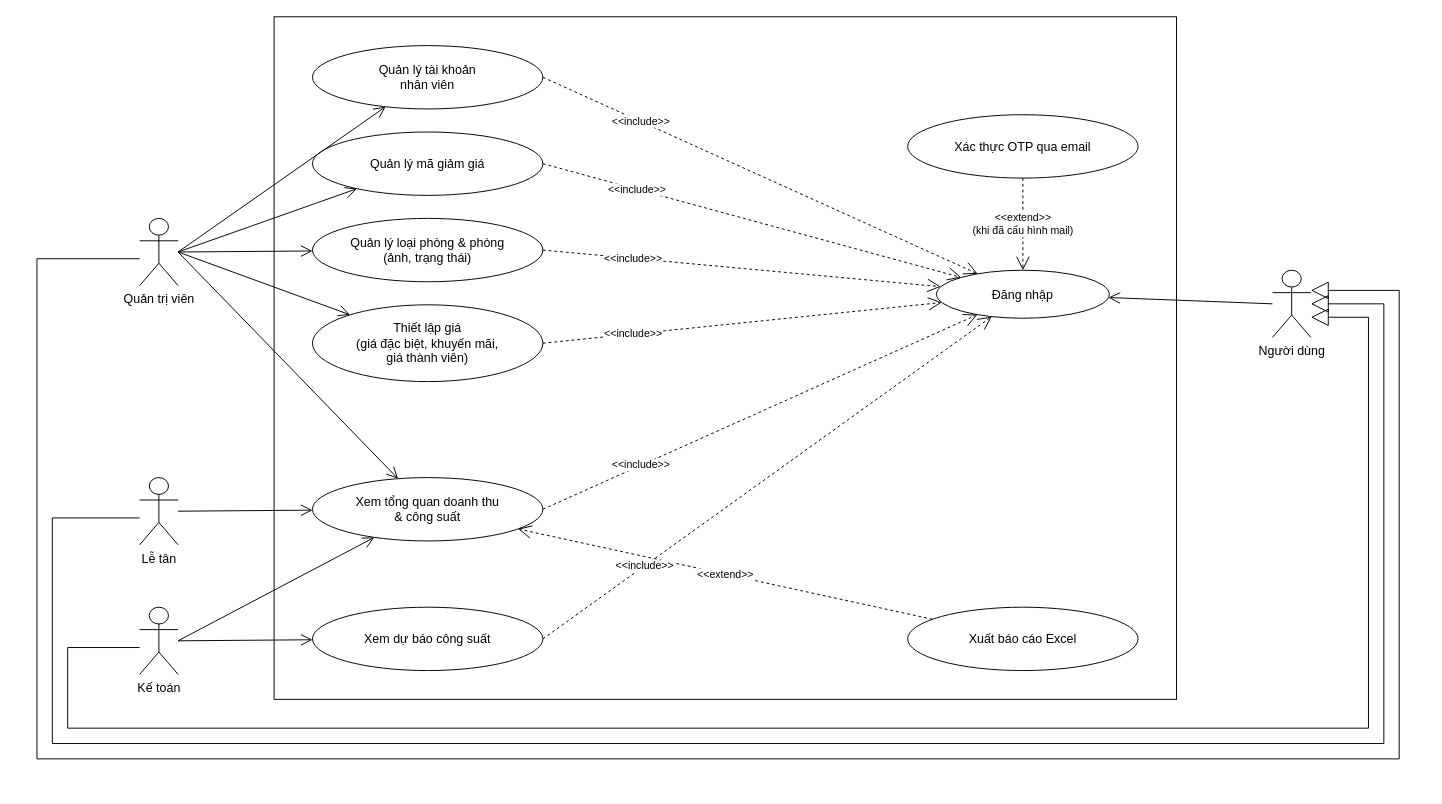
Before: docs/use-case/phan-ra/uc5-quan-tri-phong-gia.drawio in ngynquchn2511/beach-hotel, a draw.io diagram. Source tidied: cells renumbered, new cells numbered last; positions are measured from the earlier drawing's top-left corner, leaving out a move shared by most shapes. Both pictures are drawn from the tidied source at 96%, with x=0, y=0 at pixel (36, 16).
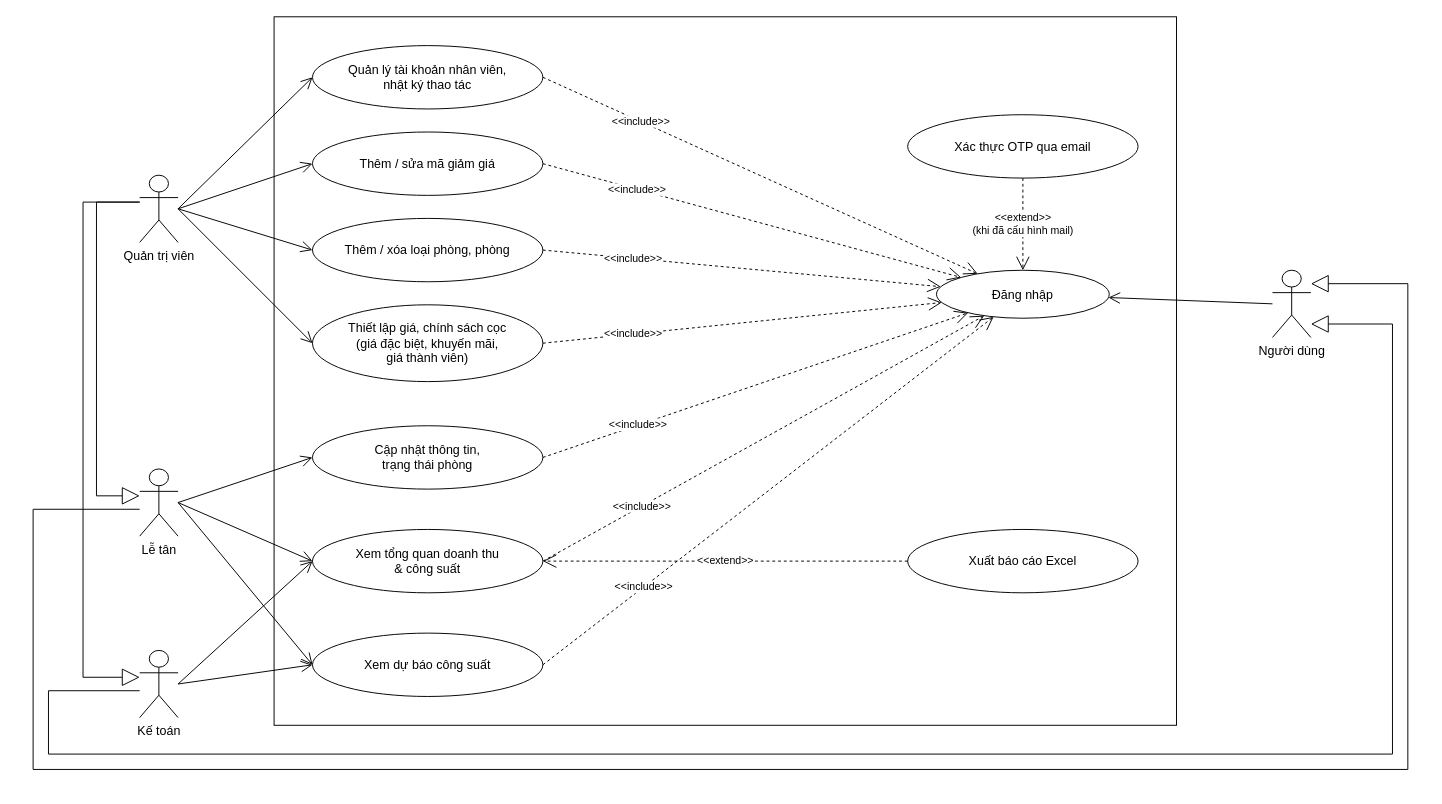
After the change.

Unchanged cells that the change refers to:
```xml
<mxCell id="10" value="Xác thực OTP qua email" style="ellipse;whiteSpace=wrap;html=1;fillColor=#FFFFFF;strokeColor=#000000;fontSize=13;" parent="1" vertex="1">
  <mxGeometry x="907" y="102" width="240" height="66" as="geometry" />
</mxCell>
<mxCell id="11" value="Đăng nhập" style="ellipse;whiteSpace=wrap;html=1;fillColor=#FFFFFF;strokeColor=#000000;fontSize=13;" parent="1" vertex="1">
  <mxGeometry x="937" y="264" width="180" height="50" as="geometry" />
</mxCell>
```

Diff of the diagram source:
```diff
@@
     <mxCell id="2" style="rounded=0;whiteSpace=wrap;html=1;fillColor=none;strokeColor=#000000;" parent="1" vertex="1">
-      <mxGeometry x="247" width="940" height="711" as="geometry" />
+      <mxGeometry x="247" width="940" height="738" as="geometry" />
     </mxCell>
-    <mxCell id="3" value="Quản lý tài khoản&lt;br&gt;nhân viên" style="ellipse;whiteSpace=wrap;html=1;fillColor=#FFFFFF;strokeColor=#000000;fontSize=13;" parent="1" vertex="1">
+    <mxCell id="3" value="Quản lý tài khoản nhân viên,&lt;br&gt;nhật ký thao tác" style="ellipse;whiteSpace=wrap;html=1;fillColor=#FFFFFF;strokeColor=#000000;fontSize=13;" parent="1" vertex="1">
       <mxGeometry x="287" y="30" width="240" height="66" as="geometry" />
     </mxCell>
-    <mxCell id="4" value="Quản lý mã giảm giá" style="ellipse;whiteSpace=wrap;html=1;fillColor=#FFFFFF;strokeColor=#000000;fontSize=13;" parent="1" vertex="1">
+    <mxCell id="4" value="Thêm / sửa mã giảm giá" style="ellipse;whiteSpace=wrap;html=1;fillColor=#FFFFFF;strokeColor=#000000;fontSize=13;" parent="1" vertex="1">
       <mxGeometry x="287" y="120" width="240" height="66" as="geometry" />
     </mxCell>
-    <mxCell id="5" value="Quản lý loại phòng &amp; phòng&lt;br&gt;(ảnh, trạng thái)" style="ellipse;whiteSpace=wrap;html=1;fillColor=#FFFFFF;strokeColor=#000000;fontSize=13;" parent="1" vertex="1">
-      <mxGeometry x="287" y="210" width="240" height="66" as="geometry" />
-    </mxCell>
+    <mxCell id="36" value="Thêm / xóa loại phòng, phòng" style="ellipse;whiteSpace=wrap;html=1;fillColor=#FFFFFF;strokeColor=#000000;fontSize=13;" parent="1" vertex="1">
+      <mxGeometry x="287" y="210" width="240" height="66" as="geometry" />
+    </mxCell>
-    <mxCell id="6" value="Thiết lập giá&lt;br&gt;(giá đặc biệt, khuyến mãi,&lt;br&gt;giá thành viên)" style="ellipse;whiteSpace=wrap;html=1;fillColor=#FFFFFF;strokeColor=#000000;fontSize=13;" parent="1" vertex="1">
+    <mxCell id="6" value="Thiết lập giá, chính sách cọc&lt;br&gt;(giá đặc biệt, khuyến mãi,&lt;br&gt;giá thành viên)" style="ellipse;whiteSpace=wrap;html=1;fillColor=#FFFFFF;strokeColor=#000000;fontSize=13;" parent="1" vertex="1">
       <mxGeometry x="287" y="300" width="240" height="80" as="geometry" />
     </mxCell>
+    <mxCell id="37" value="Cập nhật thông tin,&lt;br&gt;trạng thái phòng" style="ellipse;whiteSpace=wrap;html=1;fillColor=#FFFFFF;strokeColor=#000000;fontSize=13;" parent="1" vertex="1">
+      <mxGeometry x="287" y="426" width="240" height="66" as="geometry" />
+    </mxCell>
     <mxCell id="7" value="Xem tổng quan doanh thu&lt;br&gt;&amp; công suất" style="ellipse;whiteSpace=wrap;html=1;fillColor=#FFFFFF;strokeColor=#000000;fontSize=13;" parent="1" vertex="1">
-      <mxGeometry x="287" y="480" width="240" height="66" as="geometry" />
+      <mxGeometry x="287" y="534" width="240" height="66" as="geometry" />
     </mxCell>
     <mxCell id="8" value="Xem dự báo công suất" style="ellipse;whiteSpace=wrap;html=1;fillColor=#FFFFFF;strokeColor=#000000;fontSize=13;" parent="1" vertex="1">
-      <mxGeometry x="287" y="615" width="240" height="66" as="geometry" />
+      <mxGeometry x="287" y="642" width="240" height="66" as="geometry" />
     </mxCell>
     <mxCell id="9" value="Xuất báo cáo Excel" style="ellipse;whiteSpace=wrap;html=1;fillColor=#FFFFFF;strokeColor=#000000;fontSize=13;" parent="1" vertex="1">
-      <mxGeometry x="907" y="615" width="240" height="66" as="geometry" />
+      <mxGeometry x="907" y="534" width="240" height="66" as="geometry" />
     </mxCell>
@@
     <mxCell id="12" value="Quản trị viên" style="shape=umlActor;verticalLabelPosition=bottom;verticalAlign=top;html=1;outlineConnect=0;fillColor=#FFFFFF;strokeColor=#000000;fontSize=13;" parent="1" vertex="1">
-      <mxGeometry x="107" y="210" width="40" height="70" as="geometry" />
+      <mxGeometry x="107" y="165" width="40" height="70" as="geometry" />
     </mxCell>
     <mxCell id="13" value="Lễ tân" style="shape=umlActor;verticalLabelPosition=bottom;verticalAlign=top;html=1;outlineConnect=0;fillColor=#FFFFFF;strokeColor=#000000;fontSize=13;" parent="1" vertex="1">
-      <mxGeometry x="107" y="480" width="40" height="70" as="geometry" />
+      <mxGeometry x="107" y="471" width="40" height="70" as="geometry" />
     </mxCell>
     <mxCell id="14" value="Kế toán" style="shape=umlActor;verticalLabelPosition=bottom;verticalAlign=top;html=1;outlineConnect=0;fillColor=#FFFFFF;strokeColor=#000000;fontSize=13;" parent="1" vertex="1">
-      <mxGeometry x="107" y="615" width="40" height="70" as="geometry" />
+      <mxGeometry x="107" y="660" width="40" height="70" as="geometry" />
     </mxCell>
-    <mxCell id="15" style="endArrow=open;endSize=10;html=1;rounded=0;strokeColor=#000000;exitX=1;exitY=0.5;exitDx=0;exitDy=0;exitPerimeter=0;" parent="1" edge="1" source="12" target="3">
+    <mxCell id="15" style="endArrow=open;endSize=10;html=1;rounded=0;strokeColor=#000000;exitX=1;exitY=0.5;exitDx=0;exitDy=0;exitPerimeter=0;entryX=0;entryY=0.5;entryDx=0;entryDy=0;" parent="1" edge="1" source="12" target="3">
       <mxGeometry relative="1" as="geometry" />
     </mxCell>
-    <mxCell id="16" style="endArrow=open;endSize=10;html=1;rounded=0;strokeColor=#000000;exitX=1;exitY=0.5;exitDx=0;exitDy=0;exitPerimeter=0;" parent="1" edge="1" source="12" target="4">
+    <mxCell id="16" style="endArrow=open;endSize=10;html=1;rounded=0;strokeColor=#000000;exitX=1;exitY=0.5;exitDx=0;exitDy=0;exitPerimeter=0;entryX=0;entryY=0.5;entryDx=0;entryDy=0;" parent="1" edge="1" source="12" target="4">
       <mxGeometry relative="1" as="geometry" />
     </mxCell>
-    <mxCell id="17" style="endArrow=open;endSize=10;html=1;rounded=0;strokeColor=#000000;exitX=1;exitY=0.5;exitDx=0;exitDy=0;exitPerimeter=0;" parent="1" edge="1" source="12" target="5">
+    <mxCell id="17" style="endArrow=open;endSize=10;html=1;rounded=0;strokeColor=#000000;exitX=1;exitY=0.5;exitDx=0;exitDy=0;exitPerimeter=0;entryX=0;entryY=0.5;entryDx=0;entryDy=0;" parent="1" edge="1" source="12" target="36">
       <mxGeometry relative="1" as="geometry" />
     </mxCell>
-    <mxCell id="18" style="endArrow=open;endSize=10;html=1;rounded=0;strokeColor=#000000;exitX=1;exitY=0.5;exitDx=0;exitDy=0;exitPerimeter=0;" parent="1" edge="1" source="12" target="6">
+    <mxCell id="18" style="endArrow=open;endSize=10;html=1;rounded=0;strokeColor=#000000;exitX=1;exitY=0.5;exitDx=0;exitDy=0;exitPerimeter=0;entryX=0;entryY=0.5;entryDx=0;entryDy=0;" parent="1" edge="1" source="12" target="6">
       <mxGeometry relative="1" as="geometry" />
     </mxCell>
-    <mxCell id="19" style="endArrow=open;endSize=10;html=1;rounded=0;strokeColor=#000000;exitX=1;exitY=0.5;exitDx=0;exitDy=0;exitPerimeter=0;" parent="1" edge="1" source="12" target="7">
+    <mxCell id="19" style="endArrow=open;endSize=10;html=1;rounded=0;strokeColor=#000000;exitX=1;exitY=0.5;exitDx=0;exitDy=0;exitPerimeter=0;entryX=0;entryY=0.5;entryDx=0;entryDy=0;" parent="1" edge="1" source="13" target="37">
       <mxGeometry relative="1" as="geometry" />
     </mxCell>
-    <mxCell id="20" style="endArrow=open;endSize=10;html=1;rounded=0;strokeColor=#000000;exitX=1;exitY=0.5;exitDx=0;exitDy=0;exitPerimeter=0;" parent="1" edge="1" source="13" target="7">
+    <mxCell id="20" style="endArrow=open;endSize=10;html=1;rounded=0;strokeColor=#000000;exitX=1;exitY=0.5;exitDx=0;exitDy=0;exitPerimeter=0;entryX=0;entryY=0.5;entryDx=0;entryDy=0;" parent="1" edge="1" source="13" target="7">
       <mxGeometry relative="1" as="geometry" />
     </mxCell>
-    <mxCell id="21" style="endArrow=open;endSize=10;html=1;rounded=0;strokeColor=#000000;exitX=1;exitY=0.5;exitDx=0;exitDy=0;exitPerimeter=0;" parent="1" edge="1" source="14" target="7">
+    <mxCell id="21" style="endArrow=open;endSize=10;html=1;rounded=0;strokeColor=#000000;exitX=1;exitY=0.5;exitDx=0;exitDy=0;exitPerimeter=0;entryX=0;entryY=0.5;entryDx=0;entryDy=0;" parent="1" edge="1" source="13" target="8">
       <mxGeometry relative="1" as="geometry" />
     </mxCell>
-    <mxCell id="22" style="endArrow=open;endSize=10;html=1;rounded=0;strokeColor=#000000;exitX=1;exitY=0.5;exitDx=0;exitDy=0;exitPerimeter=0;" parent="1" edge="1" source="14" target="8">
+    <mxCell id="22" style="endArrow=open;endSize=10;html=1;rounded=0;strokeColor=#000000;exitX=1;exitY=0.5;exitDx=0;exitDy=0;exitPerimeter=0;entryX=0;entryY=0.5;entryDx=0;entryDy=0;" parent="1" edge="1" source="14" target="7">
       <mxGeometry relative="1" as="geometry" />
     </mxCell>
-    <mxCell id="23" value="&amp;lt;&amp;lt;extend&amp;gt;&amp;gt;" style="endArrow=open;endSize=12;dashed=1;html=1;rounded=0;strokeColor=#000000;fontSize=11;labelBackgroundColor=#FFFFFF;" parent="1" edge="1" source="9" target="7">
+    <mxCell id="23" style="endArrow=open;endSize=10;html=1;rounded=0;strokeColor=#000000;exitX=1;exitY=0.5;exitDx=0;exitDy=0;exitPerimeter=0;entryX=0;entryY=0.5;entryDx=0;entryDy=0;" parent="1" edge="1" source="14" target="8">
       <mxGeometry relative="1" as="geometry" />
     </mxCell>
-    <mxCell id="24" value="&amp;lt;&amp;lt;extend&amp;gt;&amp;gt;&lt;br&gt;(khi đã cấu hình mail)" style="endArrow=open;endSize=12;dashed=1;html=1;rounded=0;strokeColor=#000000;fontSize=11;labelBackgroundColor=#FFFFFF;" parent="1" edge="1" source="10" target="11">
+    <mxCell id="24" value="&amp;lt;&amp;lt;extend&amp;gt;&amp;gt;" style="endArrow=open;endSize=12;dashed=1;html=1;rounded=0;strokeColor=#000000;fontSize=11;labelBackgroundColor=#FFFFFF;" parent="1" edge="1" source="9" target="7">
       <mxGeometry relative="1" as="geometry" />
     </mxCell>
-    <mxCell id="25" value="&amp;lt;&amp;lt;include&amp;gt;&amp;gt;" style="endArrow=open;endSize=12;dashed=1;html=1;rounded=0;strokeColor=#000000;fontSize=11;labelBackgroundColor=#FFFFFF;exitX=1;exitY=0.5;exitDx=0;exitDy=0;" parent="1" edge="1" source="3" target="11">
-      <mxGeometry x="-0.55" relative="1" as="geometry" />
+    <mxCell id="25" value="&amp;lt;&amp;lt;extend&amp;gt;&amp;gt;&lt;br&gt;(khi đã cấu hình mail)" style="endArrow=open;endSize=12;dashed=1;html=1;rounded=0;strokeColor=#000000;fontSize=11;labelBackgroundColor=#FFFFFF;" parent="1" edge="1" source="10" target="11">
+      <mxGeometry relative="1" as="geometry" />
     </mxCell>
-    <mxCell id="26" value="&amp;lt;&amp;lt;include&amp;gt;&amp;gt;" style="endArrow=open;endSize=12;dashed=1;html=1;rounded=0;strokeColor=#000000;fontSize=11;labelBackgroundColor=#FFFFFF;exitX=1;exitY=0.5;exitDx=0;exitDy=0;" parent="1" edge="1" source="4" target="11">
+    <mxCell id="26" value="&amp;lt;&amp;lt;include&amp;gt;&amp;gt;" style="endArrow=open;endSize=12;dashed=1;html=1;rounded=0;strokeColor=#000000;fontSize=11;labelBackgroundColor=#FFFFFF;exitX=1;exitY=0.5;exitDx=0;exitDy=0;" parent="1" edge="1" source="3" target="11">
       <mxGeometry x="-0.55" relative="1" as="geometry" />
     </mxCell>
-    <mxCell id="27" value="&amp;lt;&amp;lt;include&amp;gt;&amp;gt;" style="endArrow=open;endSize=12;dashed=1;html=1;rounded=0;strokeColor=#000000;fontSize=11;labelBackgroundColor=#FFFFFF;exitX=1;exitY=0.5;exitDx=0;exitDy=0;" parent="1" edge="1" source="5" target="11">
+    <mxCell id="27" value="&amp;lt;&amp;lt;include&amp;gt;&amp;gt;" style="endArrow=open;endSize=12;dashed=1;html=1;rounded=0;strokeColor=#000000;fontSize=11;labelBackgroundColor=#FFFFFF;exitX=1;exitY=0.5;exitDx=0;exitDy=0;" parent="1" edge="1" source="4" target="11">
       <mxGeometry x="-0.55" relative="1" as="geometry" />
     </mxCell>
-    <mxCell id="28" value="&amp;lt;&amp;lt;include&amp;gt;&amp;gt;" style="endArrow=open;endSize=12;dashed=1;html=1;rounded=0;strokeColor=#000000;fontSize=11;labelBackgroundColor=#FFFFFF;exitX=1;exitY=0.5;exitDx=0;exitDy=0;" parent="1" edge="1" source="6" target="11">
+    <mxCell id="28" value="&amp;lt;&amp;lt;include&amp;gt;&amp;gt;" style="endArrow=open;endSize=12;dashed=1;html=1;rounded=0;strokeColor=#000000;fontSize=11;labelBackgroundColor=#FFFFFF;exitX=1;exitY=0.5;exitDx=0;exitDy=0;" parent="1" edge="1" source="36" target="11">
       <mxGeometry x="-0.55" relative="1" as="geometry" />
     </mxCell>
-    <mxCell id="29" value="&amp;lt;&amp;lt;include&amp;gt;&amp;gt;" style="endArrow=open;endSize=12;dashed=1;html=1;rounded=0;strokeColor=#000000;fontSize=11;labelBackgroundColor=#FFFFFF;exitX=1;exitY=0.5;exitDx=0;exitDy=0;" parent="1" edge="1" source="7" target="11">
+    <mxCell id="29" value="&amp;lt;&amp;lt;include&amp;gt;&amp;gt;" style="endArrow=open;endSize=12;dashed=1;html=1;rounded=0;strokeColor=#000000;fontSize=11;labelBackgroundColor=#FFFFFF;exitX=1;exitY=0.5;exitDx=0;exitDy=0;" parent="1" edge="1" source="6" target="11">
       <mxGeometry x="-0.55" relative="1" as="geometry" />
     </mxCell>
-    <mxCell id="30" value="&amp;lt;&amp;lt;include&amp;gt;&amp;gt;" style="endArrow=open;endSize=12;dashed=1;html=1;rounded=0;strokeColor=#000000;fontSize=11;labelBackgroundColor=#FFFFFF;exitX=1;exitY=0.5;exitDx=0;exitDy=0;" parent="1" edge="1" source="8" target="11">
+    <mxCell id="30" value="&amp;lt;&amp;lt;include&amp;gt;&amp;gt;" style="endArrow=open;endSize=12;dashed=1;html=1;rounded=0;strokeColor=#000000;fontSize=11;labelBackgroundColor=#FFFFFF;exitX=1;exitY=0.5;exitDx=0;exitDy=0;" parent="1" edge="1" source="37" target="11">
       <mxGeometry x="-0.55" relative="1" as="geometry" />
     </mxCell>
-    <mxCell id="31" value="Người dùng" style="shape=umlActor;verticalLabelPosition=bottom;verticalAlign=top;html=1;outlineConnect=0;fillColor=#FFFFFF;strokeColor=#000000;fontSize=13;" parent="1" vertex="1">
-      <mxGeometry x="1287" y="264" width="40" height="70" as="geometry" />
-    </mxCell>
-    <mxCell id="32" style="endArrow=open;endSize=10;html=1;rounded=0;strokeColor=#000000;exitX=0;exitY=0.5;exitDx=0;exitDy=0;exitPerimeter=0;" parent="1" edge="1" source="31" target="11">
-      <mxGeometry relative="1" as="geometry" />
+    <mxCell id="32" value="&amp;lt;&amp;lt;include&amp;gt;&amp;gt;" style="endArrow=open;endSize=12;dashed=1;html=1;rounded=0;strokeColor=#000000;fontSize=11;labelBackgroundColor=#FFFFFF;exitX=1;exitY=0.5;exitDx=0;exitDy=0;" parent="1" edge="1" source="7" target="11">
+      <mxGeometry x="-0.55" relative="1" as="geometry" />
     </mxCell>
-    <mxCell id="33" style="endArrow=block;endSize=16;endFill=0;html=1;rounded=0;strokeColor=#000000;exitX=0;exitY=0.6;exitDx=0;exitDy=0;exitPerimeter=0;entryX=1;entryY=0.7;entryDx=0;entryDy=0;entryPerimeter=0;" parent="1" edge="1" source="14" target="31">
-      <mxGeometry relative="1" as="geometry">
-        <Array as="points">
-          <mxPoint x="32" y="657" />
-          <mxPoint x="32" y="741" />
-          <mxPoint x="1387" y="741" />
-          <mxPoint x="1387" y="313" />
-        </Array>
-      </mxGeometry>
+    <mxCell id="33" value="&amp;lt;&amp;lt;include&amp;gt;&amp;gt;" style="endArrow=open;endSize=12;dashed=1;html=1;rounded=0;strokeColor=#000000;fontSize=11;labelBackgroundColor=#FFFFFF;exitX=1;exitY=0.5;exitDx=0;exitDy=0;" parent="1" edge="1" source="8" target="11">
+      <mxGeometry x="-0.55" relative="1" as="geometry" />
     </mxCell>
-    <mxCell id="34" style="endArrow=block;endSize=16;endFill=0;html=1;rounded=0;strokeColor=#000000;exitX=0;exitY=0.6;exitDx=0;exitDy=0;exitPerimeter=0;entryX=1;entryY=0.49999999999999994;entryDx=0;entryDy=0;entryPerimeter=0;" parent="1" edge="1" source="13" target="31">
+    <mxCell id="34" style="endArrow=block;endSize=16;endFill=0;html=1;rounded=0;strokeColor=#000000;exitX=0;exitY=0.4;exitDx=0;exitDy=0;exitPerimeter=0;entryX=0;entryY=0.4;entryDx=0;entryDy=0;entryPerimeter=0;" parent="1" edge="1" source="12" target="13">
       <mxGeometry relative="1" as="geometry">
         <Array as="points">
-          <mxPoint x="16" y="522" />
-          <mxPoint x="16" y="757" />
-          <mxPoint x="1403" y="757" />
-          <mxPoint x="1403" y="299" />
+          <mxPoint x="62" y="193" />
+          <mxPoint x="62" y="499" />
         </Array>
       </mxGeometry>
     </mxCell>
-    <mxCell id="35" style="endArrow=block;endSize=16;endFill=0;html=1;rounded=0;strokeColor=#000000;exitX=0;exitY=0.6;exitDx=0;exitDy=0;exitPerimeter=0;entryX=1;entryY=0.29999999999999993;entryDx=0;entryDy=0;entryPerimeter=0;" parent="1" edge="1" source="12" target="31">
+    <mxCell id="35" style="endArrow=block;endSize=16;endFill=0;html=1;rounded=0;strokeColor=#000000;exitX=0;exitY=0.4;exitDx=0;exitDy=0;exitPerimeter=0;entryX=0;entryY=0.4;entryDx=0;entryDy=0;entryPerimeter=0;" parent="1" edge="1" source="12" target="14">
       <mxGeometry relative="1" as="geometry">
         <Array as="points">
-          <mxPoint y="252" />
-          <mxPoint y="773" />
-          <mxPoint x="1419" y="773" />
-          <mxPoint x="1419" y="285" />
+          <mxPoint x="48" y="193" />
+          <mxPoint x="48" y="688" />
         </Array>
       </mxGeometry>
     </mxCell>
+    <mxCell id="31" value="Người dùng" style="shape=umlActor;verticalLabelPosition=bottom;verticalAlign=top;html=1;outlineConnect=0;fillColor=#FFFFFF;strokeColor=#000000;fontSize=13;" parent="1" vertex="1">
+      <mxGeometry x="1287" y="264" width="40" height="70" as="geometry" />
+    </mxCell>
+    <mxCell id="38" style="endArrow=open;endSize=10;html=1;rounded=0;strokeColor=#000000;exitX=0;exitY=0.5;exitDx=0;exitDy=0;exitPerimeter=0;" parent="1" edge="1" source="31" target="11">
+      <mxGeometry relative="1" as="geometry" />
+    </mxCell>
+    <mxCell id="39" style="endArrow=block;endSize=16;endFill=0;html=1;rounded=0;strokeColor=#000000;exitX=0;exitY=0.6;exitDx=0;exitDy=0;exitPerimeter=0;entryX=1;entryY=0.8;entryDx=0;entryDy=0;entryPerimeter=0;" parent="1" edge="1" source="14" target="31">
+      <mxGeometry relative="1" as="geometry">
+        <Array as="points">
+          <mxPoint x="12" y="702" />
+          <mxPoint x="12" y="768" />
+          <mxPoint x="1412" y="768" />
+          <mxPoint x="1412" y="320" />
+        </Array>
+      </mxGeometry>
+    </mxCell>
+    <mxCell id="40" style="endArrow=block;endSize=16;endFill=0;html=1;rounded=0;strokeColor=#000000;exitX=0;exitY=0.6;exitDx=0;exitDy=0;exitPerimeter=0;entryX=1;entryY=0.2;entryDx=0;entryDy=0;entryPerimeter=0;" parent="1" edge="1" source="13" target="31">
+      <mxGeometry relative="1" as="geometry">
+        <Array as="points">
+          <mxPoint x="-4" y="513" />
+          <mxPoint x="-4" y="784" />
+          <mxPoint x="1428" y="784" />
+          <mxPoint x="1428" y="278" />
+        </Array>
+      </mxGeometry>
+    </mxCell>
```
